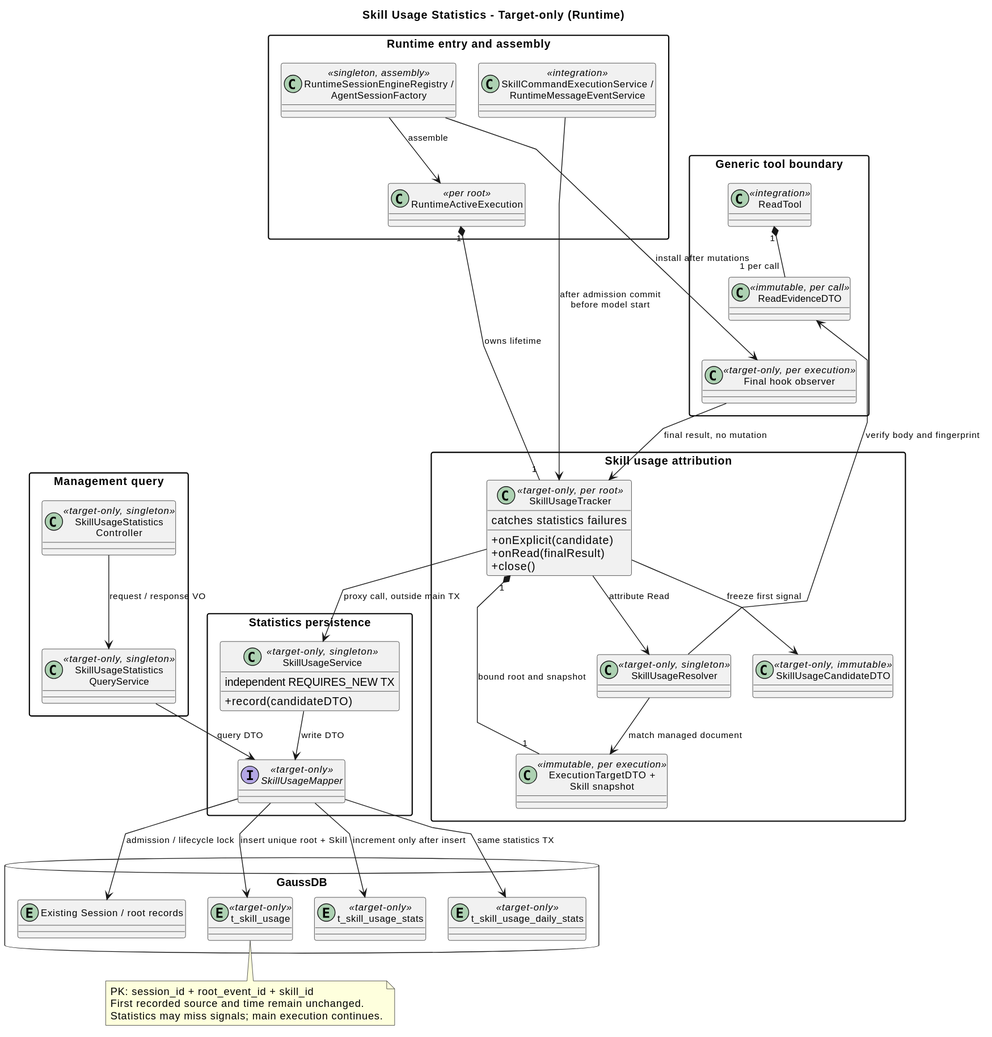
The PlantUML diagram 04-命令与技能/03-Skill加载统计/skill_load_statistics_classes.svg in ssm0808/pi-mono-java-design, before a commit.
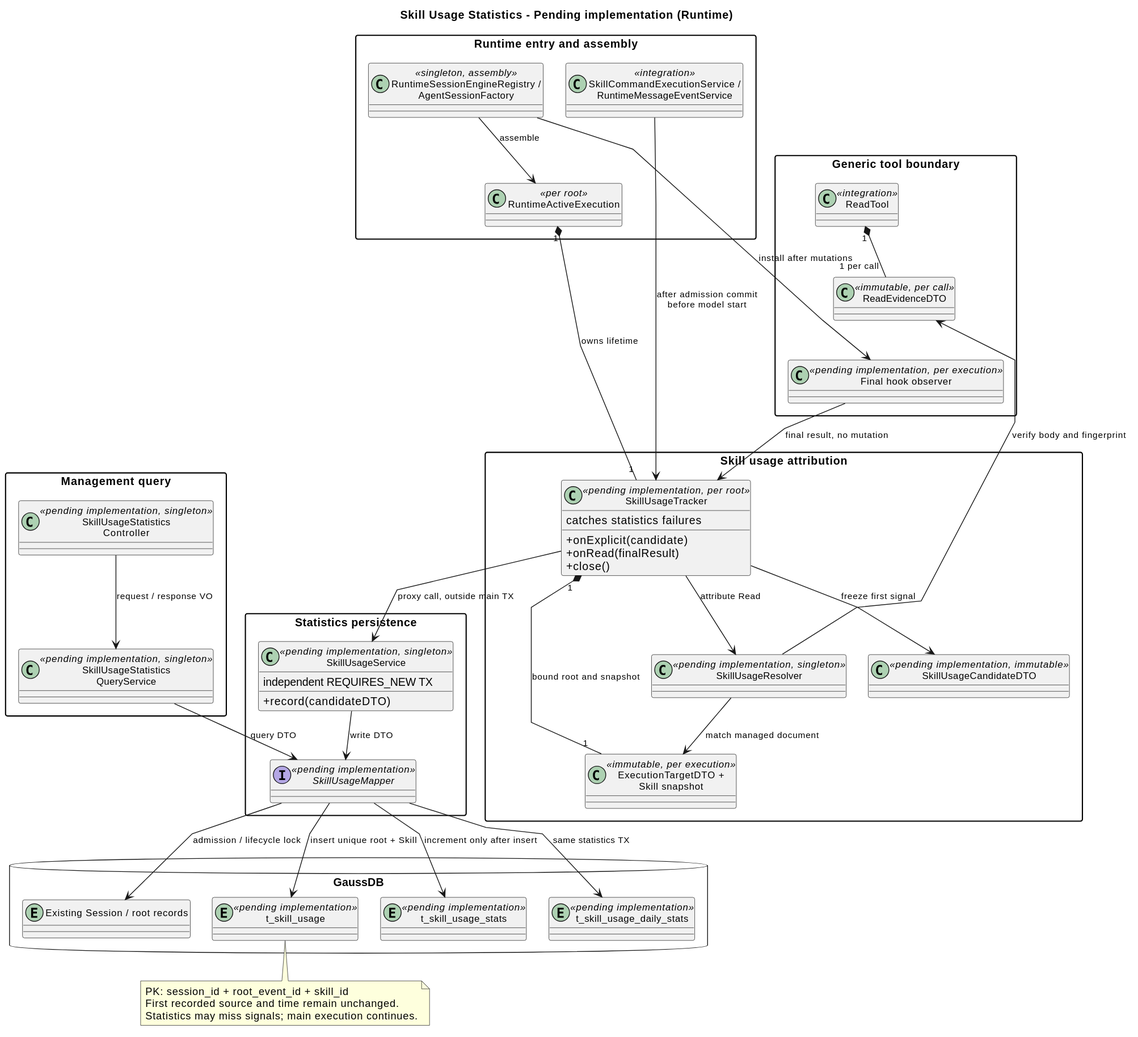
The same diagram one commit later.

Change to the diagram source:
```diff
@@ -1,6 +1,6 @@
 @startuml
 allowmixing
-title Skill Usage Statistics - Target-only (Runtime)
+title Skill Usage Statistics - Pending implementation (Runtime)
 top to bottom direction
 skinparam shadowing false
 skinparam backgroundColor #FFFFFF
@@ -20,35 +20,35 @@
 package "Generic tool boundary" {
   class "ReadTool" as Read <<integration>>
   class "ReadEvidenceDTO" as Evidence <<immutable, per call>>
-  class "Final hook observer" as Observer <<target-only, per execution>>
+  class "Final hook observer" as Observer <<pending implementation, per execution>>
 }
 package "Skill usage attribution" {
   class "ExecutionTargetDTO +\nSkill snapshot" as Snapshot <<immutable, per execution>>
-  class "SkillUsageResolver" as Resolver <<target-only, singleton>>
-  class "SkillUsageTracker" as Tracker <<target-only, per root>> {
+  class "SkillUsageResolver" as Resolver <<pending implementation, singleton>>
+  class "SkillUsageTracker" as Tracker <<pending implementation, per root>> {
     +onExplicit(candidate)
     +onRead(finalResult)
     +close()
     catches statistics failures
   }
-  class "SkillUsageCandidateDTO" as Candidate <<target-only, immutable>>
+  class "SkillUsageCandidateDTO" as Candidate <<pending implementation, immutable>>
 }
 package "Management query" {
-  class "SkillUsageStatistics\nController" as Controller <<target-only, singleton>>
-  class "SkillUsageStatistics\nQueryService" as Query <<target-only, singleton>>
+  class "SkillUsageStatistics\nController" as Controller <<pending implementation, singleton>>
+  class "SkillUsageStatistics\nQueryService" as Query <<pending implementation, singleton>>
 }
 package "Statistics persistence" {
-  class "SkillUsageService" as Writer <<target-only, singleton>> {
+  class "SkillUsageService" as Writer <<pending implementation, singleton>> {
     +record(candidateDTO)
     independent REQUIRES_NEW TX
   }
-  interface "SkillUsageMapper" as Mapper <<target-only>>
+  interface "SkillUsageMapper" as Mapper <<pending implementation>>
 }
 database "GaussDB" {
     entity "Existing Session / root records" as Session
-    entity "t_skill_usage" as Fact <<target-only>>
-    entity "t_skill_usage_stats" as Total <<target-only>>
-    entity "t_skill_usage_daily_stats" as Daily <<target-only>>
+    entity "t_skill_usage" as Fact <<pending implementation>>
+    entity "t_skill_usage_stats" as Total <<pending implementation>>
+    entity "t_skill_usage_daily_stats" as Daily <<pending implementation>>
 }
 Factory --> Execution : assemble
 Writer -[hidden]right-> Controller
```
